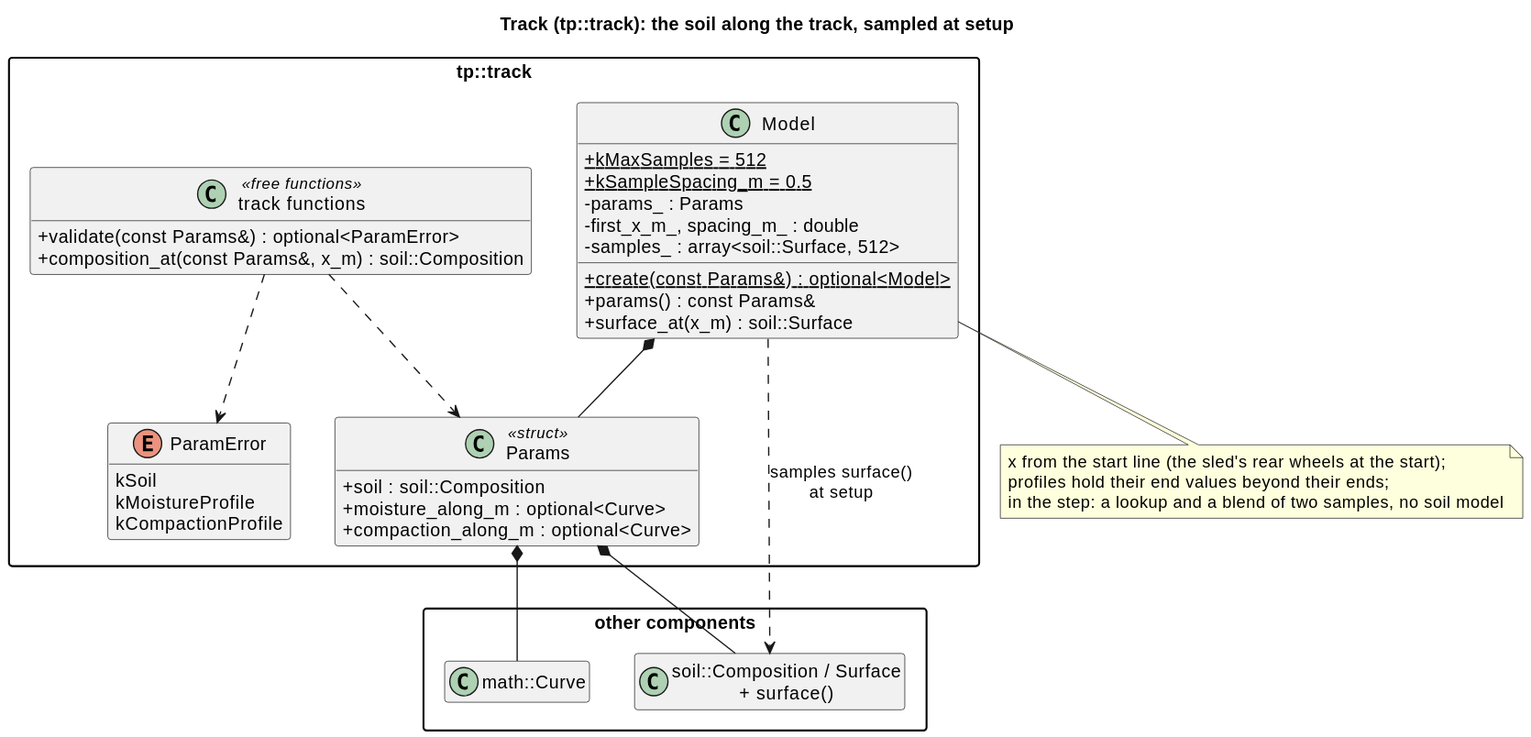
Before: docs/diagrams/svg/track_classes.svg, a diagram exported from PlantUML (wversteeg/TractorPulling).
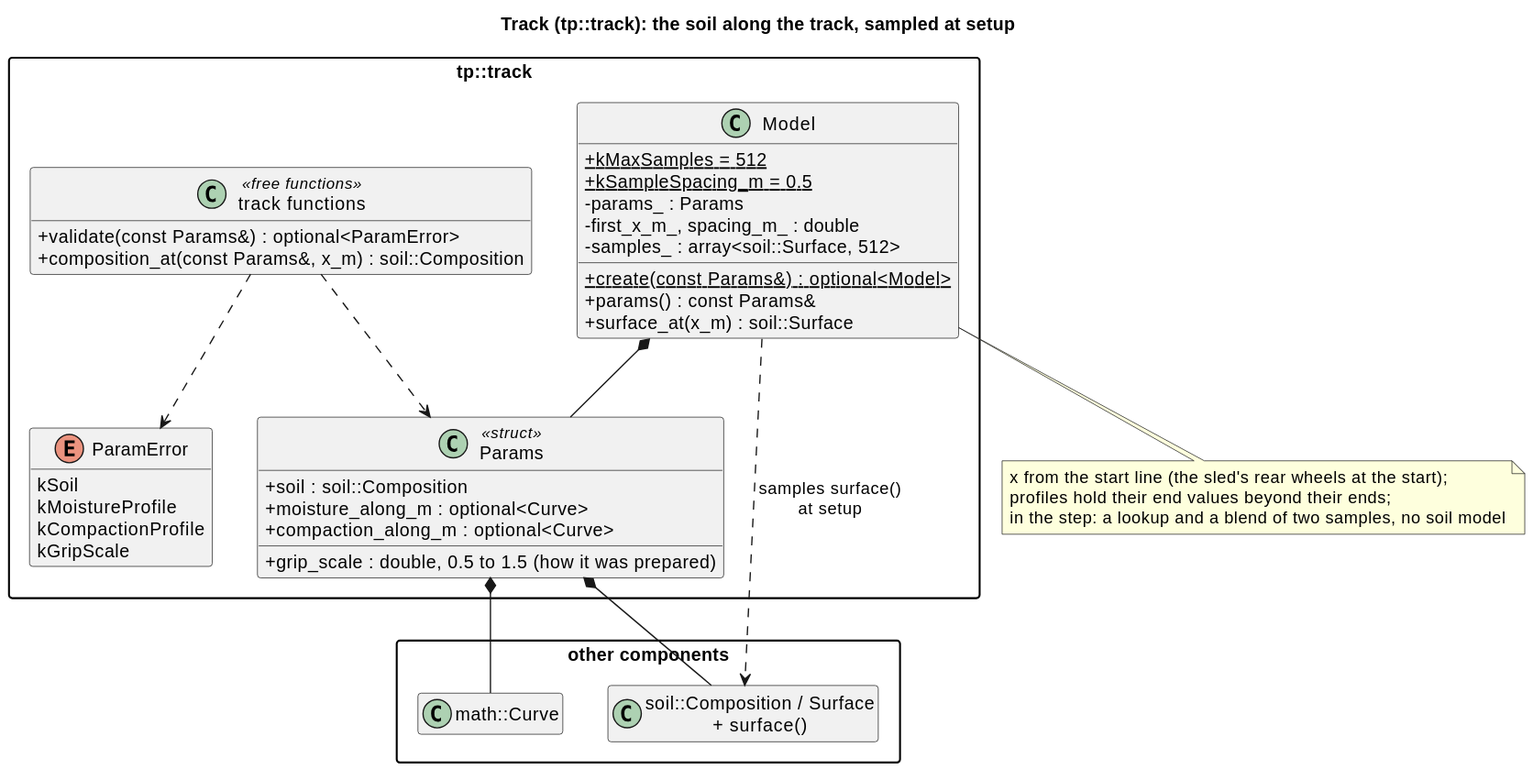
The same file after the commit.

What changed in the source:
```diff
@@ -14,6 +14,7 @@
     +soil : soil::Composition
     +moisture_along_m : optional<Curve>
     +compaction_along_m : optional<Curve>
+    +grip_scale : double, 0.5 to 1.5 (how it was prepared)
   }
   class Model {
     +{static} kMaxSamples = 512
@@ -29,6 +30,7 @@
     kSoil
     kMoistureProfile
     kCompactionProfile
+    kGripScale
   }
   class "track functions" as TrackFns <<free functions>> {
     +validate(const Params&) : optional<ParamError>
```
